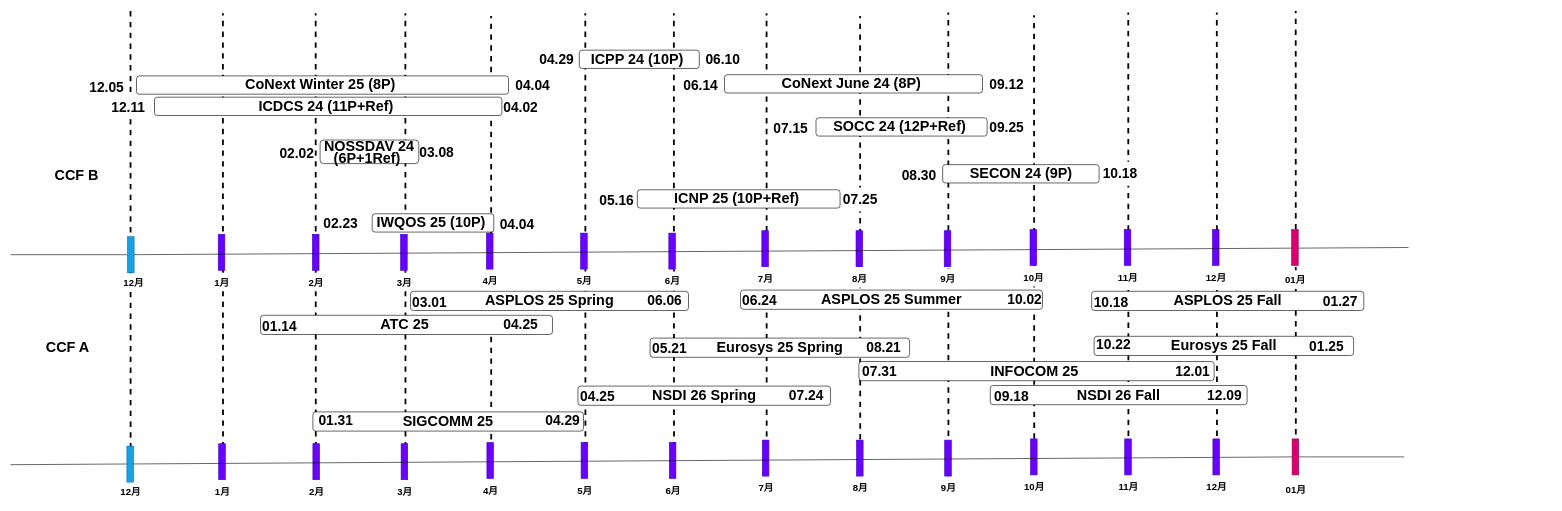
Above: images/submission_scheduler/scheduler.drawio in desword/desword.github.io (draw.io), before the change. Source tidied: cells renumbered, new cells numbered last; positions are measured from the earlier drawing's top-left corner, leaving out a move shared by most shapes. Both pictures are drawn from the tidied source at 60%, with x=0, y=0 at pixel (10, 11).
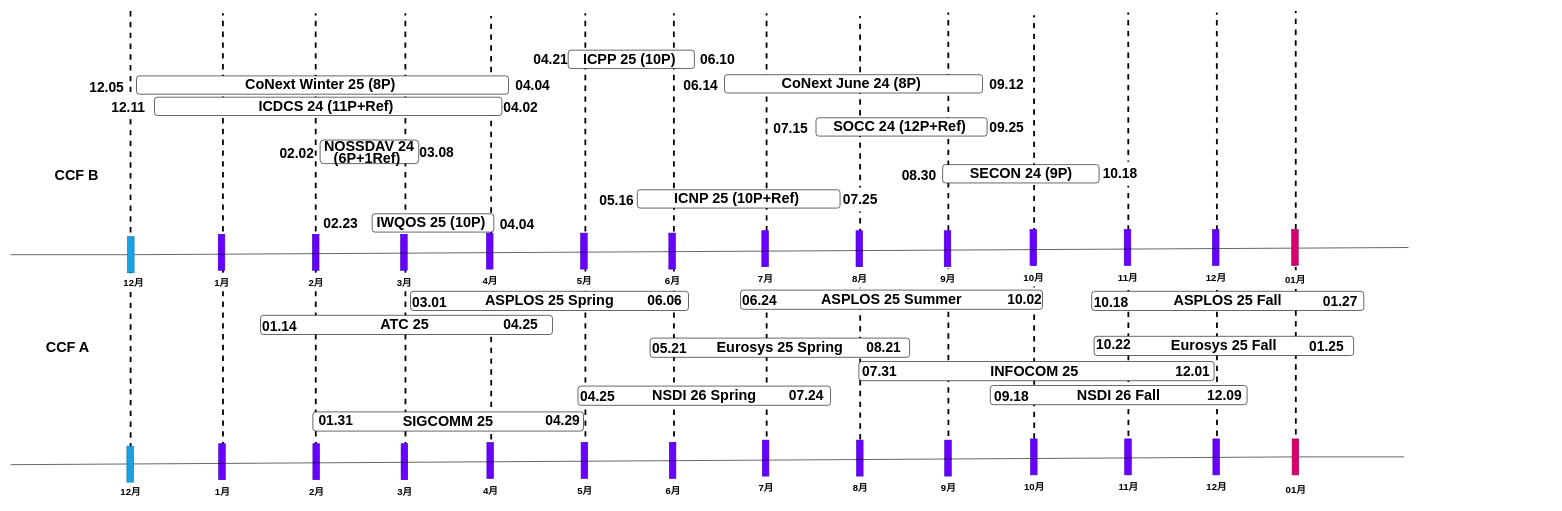
The same page after the edit.

Unchanged cells that the change refers to:
```xml
<mxCell id="2" style="group;" parent="1" vertex="1">
  <mxGeometry x="200" width="2369" height="765" as="geometry" />
</mxCell>
```

What changed in the source:
```diff
@@
     <mxCell id="80" style="group;" parent="2" vertex="1">
-      <mxGeometry x="758" y="61.3" width="350" height="41.9" as="geometry" />
+      <mxGeometry x="740" y="61.3" width="368" height="41.9" as="geometry" />
     </mxCell>
-    <mxCell id="81" value="ICPP 24 (10P)&amp;nbsp;" style="rounded=1;whiteSpace=wrap;html=1;fontStyle=1;fontSize=24;" parent="80" vertex="1">
-      <mxGeometry x="-10" y="3.8" width="200" height="30.5" as="geometry" />
+    <mxCell id="81" value="ICPP 25 (10P)&amp;nbsp;" style="rounded=1;whiteSpace=wrap;html=1;fontStyle=1;fontSize=24;" parent="80" vertex="1">
+      <mxGeometry x="-10.5" y="3.8" width="210.3" height="30.5" as="geometry" />
     </mxCell>
     <mxCell id="82" value="06.10" style="text;html=1;align=center;verticalAlign=middle;strokeColor=none;fillColor=none;fontSize=23;fontStyle=1;" parent="80" vertex="1">
-      <mxGeometry x="188.5" y="-0.9" width="80" height="40" as="geometry" />
+      <mxGeometry x="198.2" y="-0.9" width="80" height="40" as="geometry" />
     </mxCell>
-    <mxCell id="83" value="04.29" style="text;html=1;align=center;verticalAlign=middle;strokeColor=none;fillColor=none;fontSize=23;fontStyle=1;" parent="2" vertex="1">
-      <mxGeometry x="670" y="61.3" width="80" height="40" as="geometry" />
+    <mxCell id="83" value="04.21" style="text;html=1;align=center;verticalAlign=middle;strokeColor=none;fillColor=none;fontSize=23;fontStyle=1;" parent="2" vertex="1">
+      <mxGeometry x="660" y="61.3" width="80" height="40" as="geometry" />
     </mxCell>
```
